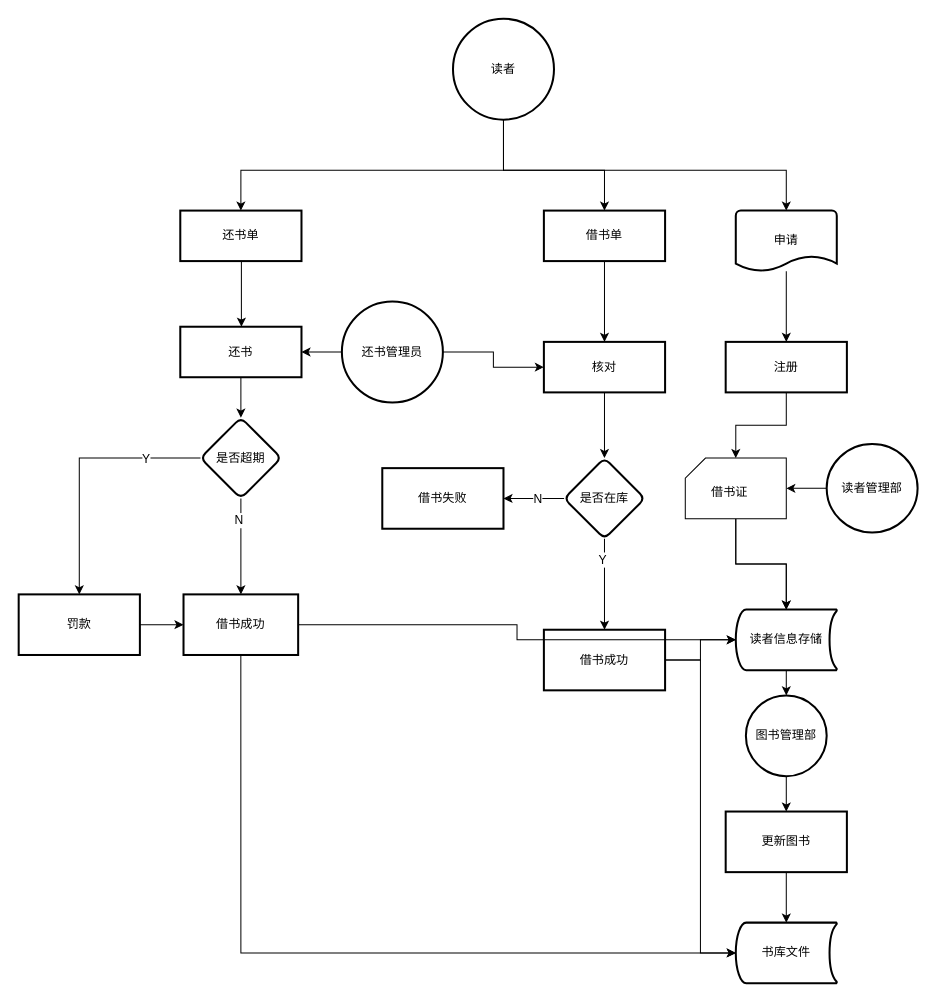
This is page "第 21 页" (21 of 21) of book.drawio from fanxy399/book, a draw.io file, before an edit. Source tidied: cells renumbered, new cells numbered last; positions are measured from the earlier drawing's top-left corner, leaving out a move shared by most shapes. Both pictures are drawn from the tidied source at 101%, with x=0, y=0 at pixel (18, 18).
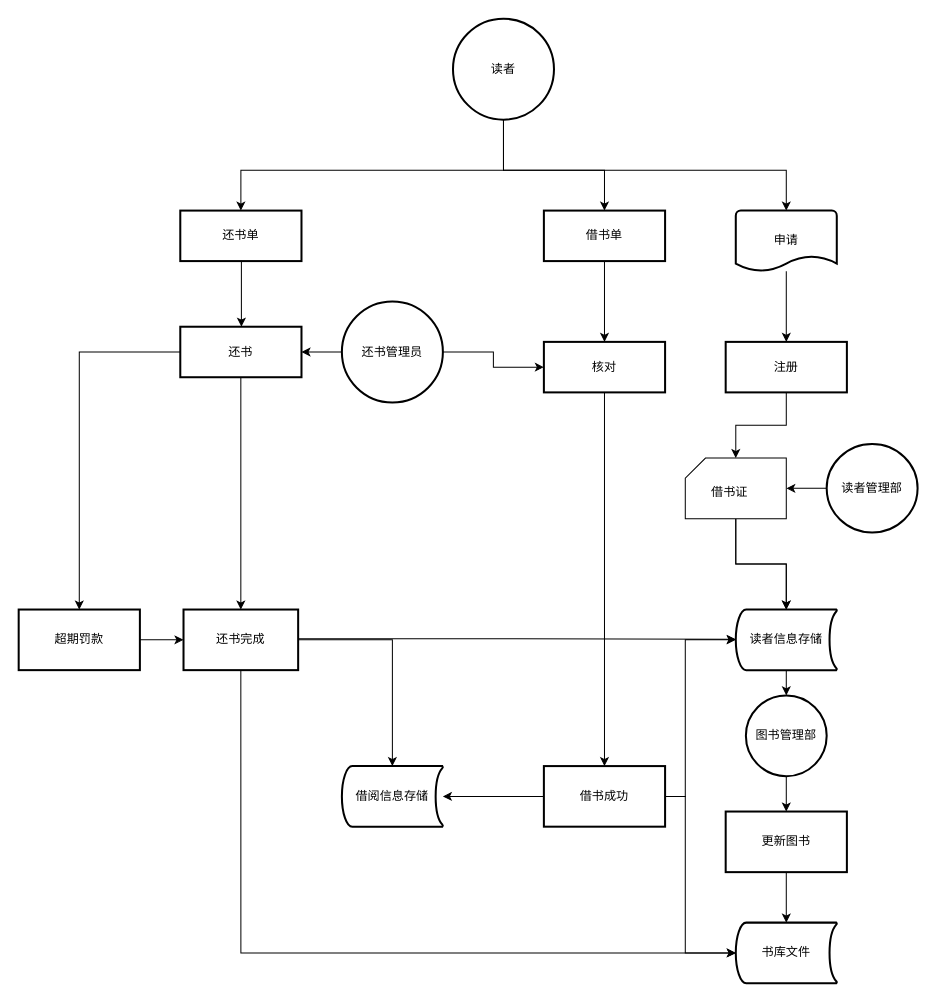
Above is the later version.

Unchanged cells that the change refers to:
```xml
<mxCell id="17" value="读者信息存储" style="strokeWidth=2;html=1;shape=mxgraph.flowchart.stored_data;whiteSpace=wrap;strokeColor=default;align=center;verticalAlign=middle;fontFamily=Helvetica;fontSize=12;fontColor=default;fillColor=default;" parent="1" vertex="1">
  <mxGeometry x="710" y="585" width="100" height="60" as="geometry" />
</mxCell>
<mxCell id="19" value="核对" style="rounded=0;whiteSpace=wrap;html=1;absoluteArcSize=1;arcSize=14;strokeWidth=2;strokeColor=default;align=center;verticalAlign=middle;fontFamily=Helvetica;fontSize=12;fontColor=default;fillColor=default;" parent="1" vertex="1">
  <mxGeometry x="520" y="320" width="120" height="50" as="geometry" />
</mxCell>
<mxCell id="36" value="书库文件" style="strokeWidth=2;html=1;shape=mxgraph.flowchart.stored_data;whiteSpace=wrap;strokeColor=default;align=center;verticalAlign=middle;fontFamily=Helvetica;fontSize=12;fontColor=default;fillColor=default;" parent="1" vertex="1">
  <mxGeometry x="710" y="895" width="100" height="60" as="geometry" />
</mxCell>
<mxCell id="38" value="还书" style="rounded=0;whiteSpace=wrap;html=1;absoluteArcSize=1;arcSize=14;strokeWidth=2;strokeColor=default;align=center;verticalAlign=middle;fontFamily=Helvetica;fontSize=12;fontColor=default;fillColor=default;" parent="1" vertex="1">
  <mxGeometry x="160" y="305" width="120" height="50" as="geometry" />
</mxCell>
```

Diff of the diagram source:
```diff
@@
-    <mxCell id="18" style="edgeStyle=orthogonalEdgeStyle;rounded=0;jettySize=auto;html=1;fontFamily=Helvetica;fontSize=12;fontColor=default;" parent="1" edge="1" source="19" target="25">
+    <mxCell id="18" style="edgeStyle=orthogonalEdgeStyle;rounded=0;jettySize=auto;html=1;fontFamily=Helvetica;fontSize=12;fontColor=default;entryX=0.5;entryY=0;entryDx=0;entryDy=0;" parent="1" edge="1" source="19" target="28">
       <mxGeometry relative="1" as="geometry" />
     </mxCell>
@@
-    <mxCell id="21" style="edgeStyle=orthogonalEdgeStyle;rounded=0;jettySize=auto;html=1;fontFamily=Helvetica;fontSize=12;fontColor=default;" parent="1" edge="1" source="25" target="26">
-      <mxGeometry relative="1" as="geometry" />
-    </mxCell>
-    <mxCell id="22" value="N" style="edgeLabel;html=1;align=center;verticalAlign=middle;fontSize=12;fontFamily=Helvetica;fontColor=default;" parent="21" vertex="1">
-      <mxGeometry x="-0.1" relative="1" as="geometry" />
-    </mxCell>
-    <mxCell id="23" style="edgeStyle=orthogonalEdgeStyle;rounded=0;jettySize=auto;html=1;fontFamily=Helvetica;fontSize=12;fontColor=default;" parent="1" edge="1" source="25" target="28">
-      <mxGeometry relative="1" as="geometry" />
-    </mxCell>
-    <mxCell id="24" value="Y" style="edgeLabel;html=1;align=center;verticalAlign=middle;fontSize=12;fontFamily=Helvetica;fontColor=default;" parent="23" vertex="1">
-      <mxGeometry x="-0.56" y="-3" relative="1" as="geometry" />
-    </mxCell>
-    <mxCell id="25" value="是否在库" style="rhombus;whiteSpace=wrap;html=1;rounded=1;arcSize=14;strokeWidth=2;" parent="1" vertex="1">
-      <mxGeometry x="540" y="435" width="80" height="80" as="geometry" />
-    </mxCell>
-    <mxCell id="26" value="借书失败" style="whiteSpace=wrap;html=1;rounded=0;arcSize=14;strokeWidth=2;" parent="1" vertex="1">
-      <mxGeometry x="360" y="445" width="120" height="60" as="geometry" />
-    </mxCell>
     <mxCell id="27" style="edgeStyle=orthogonalEdgeStyle;rounded=0;jettySize=auto;html=1;fontFamily=Helvetica;fontSize=12;fontColor=default;" parent="1" edge="1" source="28" target="17">
-      <mxGeometry relative="1" as="geometry" />
+      <mxGeometry relative="1" as="geometry">
+        <Array as="points">
+          <mxPoint x="660" y="770" />
+          <mxPoint x="660" y="615" />
+        </Array>
+      </mxGeometry>
     </mxCell>
+    <mxCell id="54" style="edgeStyle=orthogonalEdgeStyle;rounded=0;jettySize=auto;html=1;" parent="1" edge="1" source="28" target="57">
+      <mxGeometry relative="1" as="geometry" />
+    </mxCell>
     <mxCell id="28" value="借书成功" style="whiteSpace=wrap;html=1;rounded=0;arcSize=14;strokeWidth=2;" parent="1" vertex="1">
-      <mxGeometry x="520" y="605" width="120" height="60" as="geometry" />
+      <mxGeometry x="520" y="740" width="120" height="60" as="geometry" />
     </mxCell>
@@
-    <mxCell id="37" style="edgeStyle=orthogonalEdgeStyle;rounded=0;jettySize=auto;html=1;fontFamily=Helvetica;fontSize=12;fontColor=default;" parent="1" edge="1" source="38" target="43">
+    <mxCell id="37" style="edgeStyle=orthogonalEdgeStyle;rounded=0;jettySize=auto;html=1;fontFamily=Helvetica;fontSize=12;fontColor=default;entryX=0.5;entryY=0;entryDx=0;entryDy=0;" parent="1" edge="1" source="38" target="45">
       <mxGeometry relative="1" as="geometry" />
     </mxCell>
+    <mxCell id="55" style="edgeStyle=orthogonalEdgeStyle;rounded=0;jettySize=auto;html=1;exitX=0;exitY=0.5;exitDx=0;exitDy=0;" parent="1" edge="1" source="38" target="49">
+      <mxGeometry relative="1" as="geometry" />
+    </mxCell>
@@
-    <mxCell id="39" style="edgeStyle=orthogonalEdgeStyle;rounded=0;jettySize=auto;html=1;fontFamily=Helvetica;fontSize=12;fontColor=default;" parent="1" edge="1" source="43" target="45">
-      <mxGeometry relative="1" as="geometry" />
-    </mxCell>
-    <mxCell id="40" value="N" style="edgeLabel;html=1;align=center;verticalAlign=middle;fontSize=12;fontFamily=Helvetica;fontColor=default;" parent="39" vertex="1">
-      <mxGeometry x="-0.56" y="-3" relative="1" as="geometry" />
-    </mxCell>
-    <mxCell id="41" style="edgeStyle=orthogonalEdgeStyle;rounded=0;jettySize=auto;html=1;fontFamily=Helvetica;fontSize=12;fontColor=default;" parent="1" edge="1" source="43" target="49">
-      <mxGeometry relative="1" as="geometry" />
-    </mxCell>
-    <mxCell id="42" value="Y" style="edgeLabel;html=1;align=center;verticalAlign=middle;fontSize=12;fontFamily=Helvetica;fontColor=default;" parent="41" vertex="1">
-      <mxGeometry x="-0.56" relative="1" as="geometry">
-        <mxPoint x="1" as="offset" />
-      </mxGeometry>
-    </mxCell>
-    <mxCell id="43" value="是否超期" style="rhombus;whiteSpace=wrap;html=1;rounded=1;arcSize=14;strokeWidth=2;" parent="1" vertex="1">
-      <mxGeometry x="180" y="395" width="80" height="80" as="geometry" />
-    </mxCell>
-    <mxCell id="44" style="edgeStyle=orthogonalEdgeStyle;rounded=0;jettySize=auto;html=1;fontFamily=Helvetica;fontSize=12;fontColor=default;" parent="1" edge="1" source="45" target="17">
-      <mxGeometry relative="1" as="geometry" />
+    <mxCell id="44" style="edgeStyle=orthogonalEdgeStyle;rounded=0;orthogonalLoop=1;jettySize=auto;html=1;fontFamily=Helvetica;fontSize=12;fontColor=default;" parent="1" edge="1">
+      <mxGeometry relative="1" as="geometry">
+        <mxPoint x="276.8" y="609.5" as="sourcePoint" />
+        <mxPoint x="710" y="614.5" as="targetPoint" />
+        <Array as="points">
+          <mxPoint x="277" y="614" />
+          <mxPoint x="493" y="614" />
+        </Array>
+      </mxGeometry>
     </mxCell>
+    <mxCell id="56" style="edgeStyle=orthogonalEdgeStyle;rounded=0;jettySize=auto;html=1;" parent="1" edge="1" source="45" target="57">
+      <mxGeometry relative="1" as="geometry" />
+    </mxCell>
-    <mxCell id="45" value="借书成功" style="whiteSpace=wrap;html=1;rounded=0;arcSize=14;strokeWidth=2;" parent="1" vertex="1">
-      <mxGeometry x="163.2" y="570" width="113.5" height="60" as="geometry" />
+    <mxCell id="45" value="还书完成" style="whiteSpace=wrap;html=1;rounded=0;arcSize=14;strokeWidth=2;" parent="1" vertex="1">
+      <mxGeometry x="163.2" y="585" width="113.5" height="60" as="geometry" />
     </mxCell>
@@
-    <mxCell id="49" value="罚款" style="whiteSpace=wrap;html=1;rounded=0;arcSize=14;strokeWidth=2;" parent="1" vertex="1">
-      <mxGeometry y="570" width="120" height="60" as="geometry" />
+    <mxCell id="49" value="超期罚款" style="whiteSpace=wrap;html=1;rounded=0;arcSize=14;strokeWidth=2;" parent="1" vertex="1">
+      <mxGeometry y="585" width="120" height="60" as="geometry" />
     </mxCell>
@@
     <mxCell id="51" style="edgeStyle=orthogonalEdgeStyle;rounded=0;jettySize=auto;html=1;fontFamily=Helvetica;fontSize=12;fontColor=default;exitX=1;exitY=0.5;exitDx=0;exitDy=0;entryX=0;entryY=0.5;entryDx=0;entryDy=0;entryPerimeter=0;" parent="1" edge="1" source="28" target="36">
-      <mxGeometry relative="1" as="geometry" />
+      <mxGeometry relative="1" as="geometry">
+        <Array as="points">
+          <mxPoint x="660" y="770" />
+          <mxPoint x="660" y="925" />
+        </Array>
+      </mxGeometry>
     </mxCell>
@@
+    <mxCell id="57" value="借阅信息存储" style="strokeWidth=2;html=1;shape=mxgraph.flowchart.stored_data;whiteSpace=wrap;strokeColor=default;align=center;verticalAlign=middle;fontFamily=Helvetica;fontSize=12;fontColor=default;fillColor=default;" parent="1" vertex="1">
+      <mxGeometry x="320" y="740" width="100" height="60" as="geometry" />
+    </mxCell>
```
